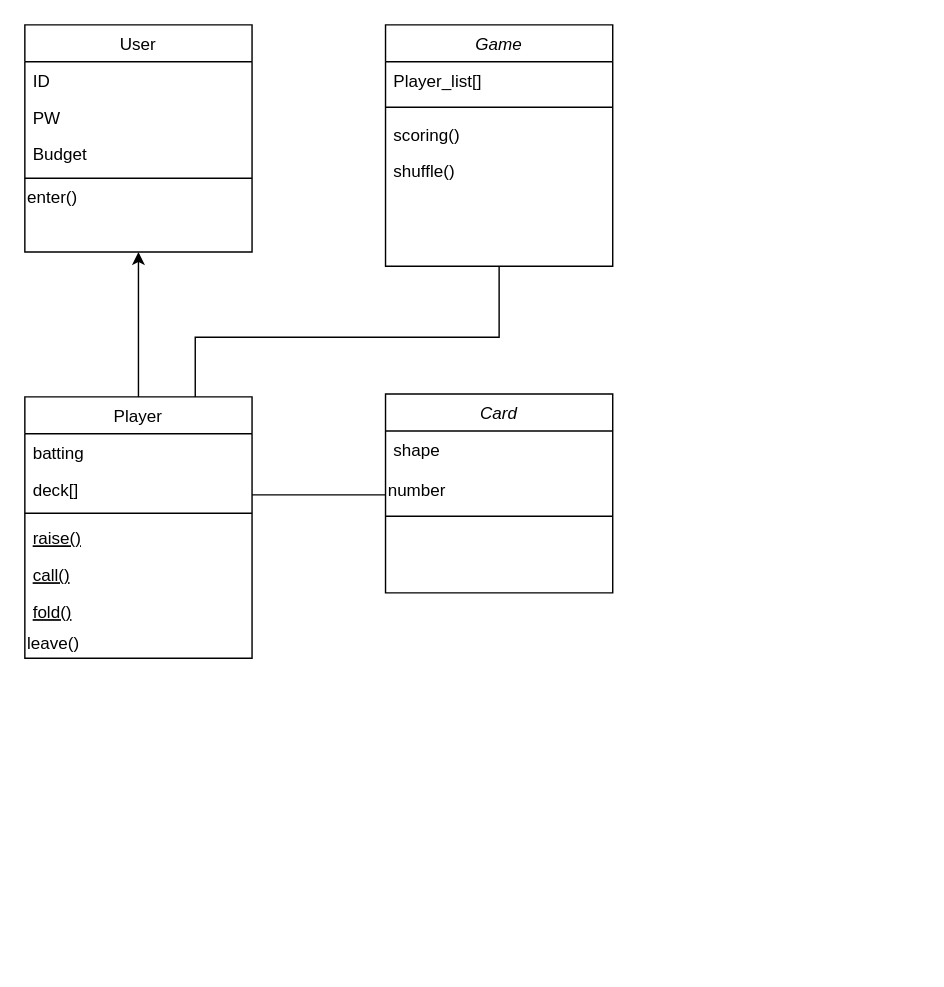
Earlier version of the draw.io diagram class diagram_r.drawio (seonmin8284/Poker). Source tidied: cells renumbered, new cells numbered last; positions are measured from the earlier drawing's top-left corner, leaving out a move shared by most shapes. Both pictures are drawn from the tidied source at 142%, with x=0, y=0 at pixel (24, 24).
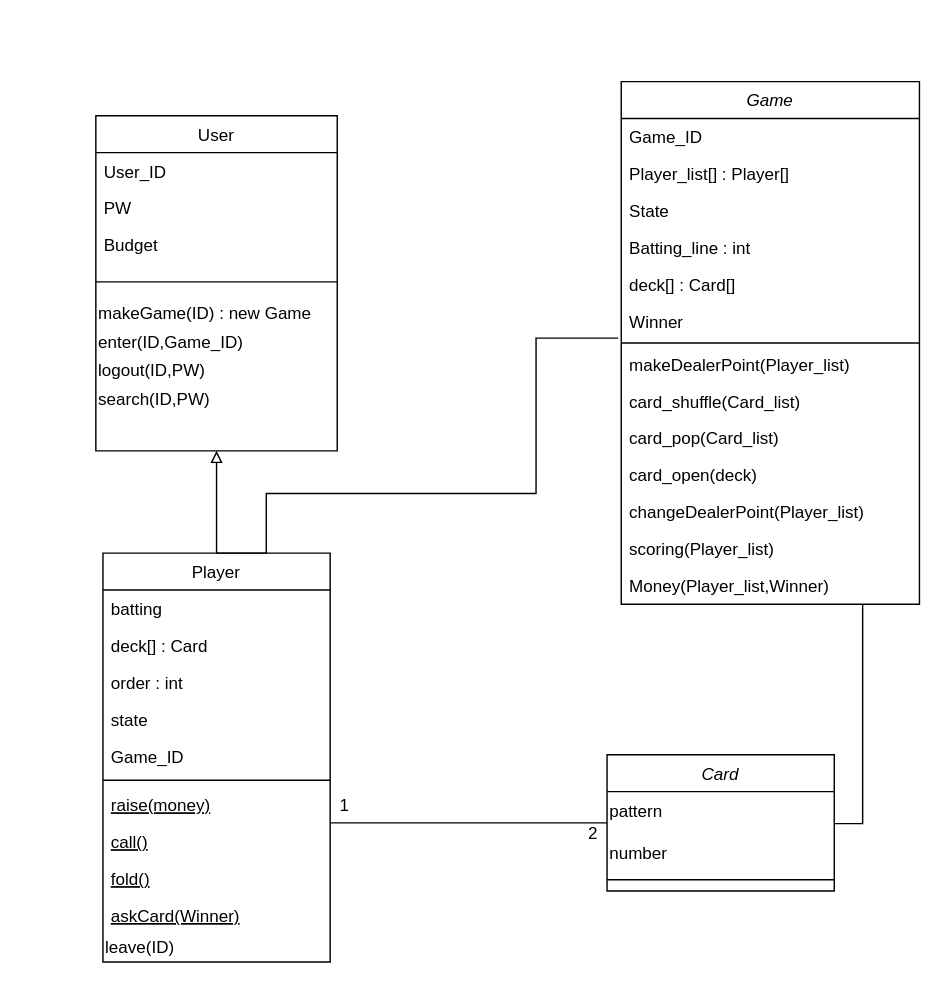
Above is the later version.

The edit, as a diff of the source:
```diff
@@
     <mxCell id="2" value="Card" style="swimlane;fontStyle=2;align=center;verticalAlign=top;horizontal=1;startSize=26;rounded=0;shadow=0;strokeWidth=1;" parent="1" vertex="1">
-      <mxGeometry x="254" y="260" width="160" height="140" as="geometry" />
+      <mxGeometry x="410" y="514" width="160" height="96" as="geometry" />
     </mxCell>
-    <mxCell id="3" value="shape &#10;" style="text;align=left;verticalAlign=top;spacingLeft=4;spacingRight=4;overflow=hidden;rounded=0;shadow=0;html=0;" parent="2" vertex="1">
-      <mxGeometry y="26" width="160" height="28" as="geometry" />
-    </mxCell>
-    <mxCell id="4" value="&lt;font face=&quot;helvetica&quot;&gt;number&lt;/font&gt;" style="text;whiteSpace=wrap;html=1;" parent="2" vertex="1">
-      <mxGeometry y="54" width="160" height="30" as="geometry" />
+    <mxCell id="4" value="&lt;font face=&quot;helvetica&quot;&gt;pattern&amp;nbsp;&lt;/font&gt;" style="text;whiteSpace=wrap;html=1;" parent="2" vertex="1">
+      <mxGeometry y="26" width="160" height="30" as="geometry" />
     </mxCell>
+    <mxCell id="28" value="&lt;font face=&quot;helvetica&quot;&gt;number&amp;nbsp;&lt;/font&gt;" style="text;whiteSpace=wrap;html=1;" parent="2" vertex="1">
+      <mxGeometry y="56" width="160" height="30" as="geometry" />
+    </mxCell>
     <mxCell id="5" style="line;html=1;strokeWidth=1;align=left;verticalAlign=middle;spacingTop=-1;spacingLeft=3;spacingRight=3;labelPosition=right;" parent="2" vertex="1">
-      <mxGeometry y="84" width="160" height="4" as="geometry" />
+      <mxGeometry y="86" width="160" height="4" as="geometry" />
     </mxCell>
-    <mxCell id="6" style="edgeStyle=orthogonalEdgeStyle;rounded=0;jettySize=auto;html=1;exitX=0.5;exitY=0;exitDx=0;exitDy=0;entryX=0.5;entryY=1;entryDx=0;entryDy=0;" parent="1" edge="1" source="7" target="22">
-      <mxGeometry relative="1" as="geometry" />
-    </mxCell>
     <mxCell id="7" value="Player" style="swimlane;fontStyle=0;align=center;verticalAlign=top;horizontal=1;startSize=26;rounded=0;shadow=0;strokeWidth=1;" parent="1" vertex="1">
-      <mxGeometry y="262" width="160" height="184" as="geometry" />
+      <mxGeometry x="55" y="372" width="160" height="288" as="geometry" />
     </mxCell>
-    <mxCell id="8" value="batting" style="text;align=left;verticalAlign=top;spacingLeft=4;spacingRight=4;overflow=hidden;" parent="7" vertex="1">
+    <mxCell id="8" value="batting " style="text;align=left;verticalAlign=top;spacingLeft=4;spacingRight=4;overflow=hidden;" parent="7" vertex="1">
       <mxGeometry y="26" width="160" height="26" as="geometry" />
     </mxCell>
-    <mxCell id="9" value="deck[]" style="text;align=left;verticalAlign=top;spacingLeft=4;spacingRight=4;overflow=hidden;" parent="7" vertex="1">
+    <mxCell id="9" value="deck[] : Card" style="text;align=left;verticalAlign=top;spacingLeft=4;spacingRight=4;overflow=hidden;" parent="7" vertex="1">
       <mxGeometry y="52" width="160" height="26" as="geometry" />
     </mxCell>
+    <mxCell id="29" value="order : int" style="text;align=left;verticalAlign=top;spacingLeft=4;spacingRight=4;overflow=hidden;" parent="7" vertex="1">
+      <mxGeometry y="78" width="160" height="26" as="geometry" />
+    </mxCell>
+    <mxCell id="30" value="state" style="text;align=left;verticalAlign=top;spacingLeft=4;spacingRight=4;overflow=hidden;" parent="7" vertex="1">
+      <mxGeometry y="104" width="160" height="26" as="geometry" />
+    </mxCell>
+    <mxCell id="31" value="Game_ID" style="text;align=left;verticalAlign=top;spacingLeft=4;spacingRight=4;overflow=hidden;" parent="7" vertex="1">
+      <mxGeometry y="130" width="160" height="26" as="geometry" />
+    </mxCell>
     <mxCell id="10" style="line;html=1;strokeWidth=1;align=left;verticalAlign=middle;spacingTop=-1;spacingLeft=3;spacingRight=3;labelPosition=right;" parent="7" vertex="1">
-      <mxGeometry y="78" width="160" height="8" as="geometry" />
+      <mxGeometry y="156" width="160" height="8" as="geometry" />
     </mxCell>
-    <mxCell id="11" value="raise()" style="text;align=left;verticalAlign=top;spacingLeft=4;spacingRight=4;overflow=hidden;fontStyle=4;" parent="7" vertex="1">
-      <mxGeometry y="86" width="160" height="26" as="geometry" />
+    <mxCell id="11" value="raise(money)" style="text;align=left;verticalAlign=top;spacingLeft=4;spacingRight=4;overflow=hidden;fontStyle=4;" parent="7" vertex="1">
+      <mxGeometry y="164" width="160" height="26" as="geometry" />
     </mxCell>
     <mxCell id="12" value="call()" style="text;align=left;verticalAlign=top;spacingLeft=4;spacingRight=4;overflow=hidden;fontStyle=4;" parent="7" vertex="1">
-      <mxGeometry y="112" width="160" height="26" as="geometry" />
+      <mxGeometry y="190" width="160" height="26" as="geometry" />
     </mxCell>
     <mxCell id="13" value="fold()" style="text;align=left;verticalAlign=top;spacingLeft=4;spacingRight=4;overflow=hidden;fontStyle=4;" parent="7" vertex="1">
-      <mxGeometry y="138" width="160" height="26" as="geometry" />
+      <mxGeometry y="216" width="160" height="26" as="geometry" />
     </mxCell>
+    <mxCell id="32" value="askCard(Winner)" style="text;align=left;verticalAlign=top;spacingLeft=4;spacingRight=4;overflow=hidden;fontStyle=4;" parent="7" vertex="1">
+      <mxGeometry y="242" width="160" height="26" as="geometry" />
+    </mxCell>
-    <mxCell id="14" value="leave()" style="text;html=1;align=left;verticalAlign=middle;strokeColor=none;fillColor=none;" parent="7" vertex="1">
-      <mxGeometry y="164" width="160" height="20" as="geometry" />
+    <mxCell id="14" value="leave(ID)" style="text;html=1;align=left;verticalAlign=middle;strokeColor=none;fillColor=none;" parent="7" vertex="1">
+      <mxGeometry y="268" width="160" height="20" as="geometry" />
     </mxCell>
@@
-    <mxCell id="16" style="edgeStyle=orthogonalEdgeStyle;rounded=0;jettySize=auto;html=1;entryX=0.75;entryY=0;entryDx=0;entryDy=0;endArrow=none;endFill=0;" parent="1" edge="1" source="17" target="7">
+    <mxCell id="16" style="edgeStyle=orthogonalEdgeStyle;rounded=0;jettySize=auto;html=1;endArrow=none;endFill=0;exitX=-0.01;exitY=0.946;exitDx=0;exitDy=0;exitPerimeter=0;" parent="1" edge="1" source="38">
       <mxGeometry relative="1" as="geometry">
+        <mxPoint x="135" y="372" as="targetPoint" />
         <Array as="points">
-          <mxPoint x="334" y="220" />
-          <mxPoint x="120" y="220" />
+          <mxPoint x="360" y="221" />
+          <mxPoint x="360" y="330" />
+          <mxPoint x="170" y="330" />
+          <mxPoint x="170" y="372" />
         </Array>
       </mxGeometry>
     </mxCell>
+    <mxCell id="33" style="edgeStyle=orthogonalEdgeStyle;rounded=0;jettySize=auto;html=1;entryX=1;entryY=0.75;entryDx=0;entryDy=0;endArrow=none;endFill=0;" parent="1" edge="1" source="17" target="4">
+      <mxGeometry relative="1" as="geometry">
+        <Array as="points">
+          <mxPoint x="590" y="563" />
+        </Array>
+      </mxGeometry>
+    </mxCell>
     <mxCell id="17" value="Game" style="swimlane;fontStyle=2;align=center;verticalAlign=top;horizontal=1;startSize=26;rounded=0;shadow=0;strokeWidth=1;" parent="1" vertex="1">
-      <mxGeometry x="254" width="160" height="170" as="geometry" />
+      <mxGeometry x="420" y="40" width="210" height="368" as="geometry" />
     </mxCell>
+    <mxCell id="34" value="Game_ID" style="text;align=left;verticalAlign=top;spacingLeft=4;spacingRight=4;overflow=hidden;" parent="17" vertex="1">
+      <mxGeometry y="26" width="210" height="26" as="geometry" />
+    </mxCell>
-    <mxCell id="18" value="Player_list[]" style="text;align=left;verticalAlign=top;spacingLeft=4;spacingRight=4;overflow=hidden;" parent="17" vertex="1">
-      <mxGeometry y="26" width="160" height="26" as="geometry" />
+    <mxCell id="18" value="Player_list[] : Player[]" style="text;align=left;verticalAlign=top;spacingLeft=4;spacingRight=4;overflow=hidden;" parent="17" vertex="1">
+      <mxGeometry y="52" width="210" height="26" as="geometry" />
     </mxCell>
+    <mxCell id="35" value="State" style="text;align=left;verticalAlign=top;spacingLeft=4;spacingRight=4;overflow=hidden;" parent="17" vertex="1">
+      <mxGeometry y="78" width="210" height="26" as="geometry" />
+    </mxCell>
+    <mxCell id="36" value="Batting_line : int" style="text;align=left;verticalAlign=top;spacingLeft=4;spacingRight=4;overflow=hidden;" parent="17" vertex="1">
+      <mxGeometry y="104" width="210" height="26" as="geometry" />
+    </mxCell>
+    <mxCell id="37" value="deck[] : Card[]" style="text;align=left;verticalAlign=top;spacingLeft=4;spacingRight=4;overflow=hidden;" parent="17" vertex="1">
+      <mxGeometry y="130" width="210" height="26" as="geometry" />
+    </mxCell>
+    <mxCell id="38" value="Winner" style="text;align=left;verticalAlign=top;spacingLeft=4;spacingRight=4;overflow=hidden;points=[[0,0.5],[1,0.5]];portConstraint=eastwest;" parent="17" vertex="1">
+      <mxGeometry y="156" width="210" height="26" as="geometry" />
+    </mxCell>
     <mxCell id="19" style="line;html=1;strokeWidth=1;align=left;verticalAlign=middle;spacingTop=-1;spacingLeft=3;spacingRight=3;labelPosition=right;" parent="17" vertex="1">
-      <mxGeometry y="52" width="160" height="12" as="geometry" />
+      <mxGeometry y="182" width="210" height="4" as="geometry" />
     </mxCell>
-    <mxCell id="20" value="scoring()" style="text;align=left;verticalAlign=top;spacingLeft=4;spacingRight=4;overflow=hidden;" parent="17" vertex="1">
-      <mxGeometry y="64" width="160" height="26" as="geometry" />
-    </mxCell>
-    <mxCell id="21" value="shuffle()" style="text;align=left;verticalAlign=top;spacingLeft=4;spacingRight=4;overflow=hidden;" parent="17" vertex="1">
-      <mxGeometry y="90" width="160" height="26" as="geometry" />
-    </mxCell>
+    <mxCell id="39" value="makeDealerPoint(Player_list)" style="text;align=left;verticalAlign=top;spacingLeft=4;spacingRight=4;overflow=hidden;" parent="17" vertex="1">
+      <mxGeometry y="186" width="210" height="26" as="geometry" />
+    </mxCell>
+    <mxCell id="40" value="card_shuffle(Card_list)" style="text;align=left;verticalAlign=top;spacingLeft=4;spacingRight=4;overflow=hidden;" parent="17" vertex="1">
+      <mxGeometry y="212" width="210" height="26" as="geometry" />
+    </mxCell>
+    <mxCell id="41" value="card_pop(Card_list)" style="text;align=left;verticalAlign=top;spacingLeft=4;spacingRight=4;overflow=hidden;" parent="17" vertex="1">
+      <mxGeometry y="238" width="210" height="26" as="geometry" />
+    </mxCell>
+    <mxCell id="42" value="card_open(deck)" style="text;align=left;verticalAlign=top;spacingLeft=4;spacingRight=4;overflow=hidden;" parent="17" vertex="1">
+      <mxGeometry y="264" width="210" height="26" as="geometry" />
+    </mxCell>
+    <mxCell id="43" value="changeDealerPoint(Player_list)" style="text;align=left;verticalAlign=top;spacingLeft=4;spacingRight=4;overflow=hidden;" parent="17" vertex="1">
+      <mxGeometry y="290" width="210" height="26" as="geometry" />
+    </mxCell>
+    <mxCell id="44" value="scoring(Player_list)" style="text;align=left;verticalAlign=top;spacingLeft=4;spacingRight=4;overflow=hidden;" parent="17" vertex="1">
+      <mxGeometry y="316" width="210" height="26" as="geometry" />
+    </mxCell>
+    <mxCell id="45" value="Money(Player_list,Winner)" style="text;align=left;verticalAlign=top;spacingLeft=4;spacingRight=4;overflow=hidden;" parent="17" vertex="1">
+      <mxGeometry y="342" width="210" height="26" as="geometry" />
+    </mxCell>
+    <mxCell id="6" style="edgeStyle=orthogonalEdgeStyle;rounded=0;jettySize=auto;html=1;endArrow=block;endFill=0;exitX=0.5;exitY=0;exitDx=0;exitDy=0;" parent="1" edge="1" source="7" target="22">
+      <mxGeometry relative="1" as="geometry" />
+    </mxCell>
+    <mxCell id="46" value="2" style="text;html=1;align=center;verticalAlign=middle;strokeColor=none;fillColor=none;rotation=0;" parent="1" vertex="1">
+      <mxGeometry x="390" y="560" width="20" height="20" as="geometry" />
+    </mxCell>
+    <mxCell id="47" value="1" style="text;html=1;align=center;verticalAlign=middle;strokeColor=none;fillColor=none;" parent="1" vertex="1">
+      <mxGeometry x="215" y="540" width="20" height="20" as="geometry" />
+    </mxCell>
     <mxCell id="22" value="User" style="swimlane;fontStyle=0;align=center;verticalAlign=top;horizontal=1;startSize=26;rounded=0;shadow=0;strokeWidth=1;" parent="1" vertex="1">
-      <mxGeometry width="160" height="160" as="geometry" />
+      <mxGeometry x="50" y="64" width="170" height="236" as="geometry" />
     </mxCell>
-    <mxCell id="23" value="ID &#10;" style="text;align=left;verticalAlign=top;spacingLeft=4;spacingRight=4;overflow=hidden;" parent="22" vertex="1">
-      <mxGeometry y="26" width="160" height="26" as="geometry" />
+    <mxCell id="23" value="User_ID &#10;" style="text;align=left;verticalAlign=top;spacingLeft=4;spacingRight=4;overflow=hidden;" parent="22" vertex="1">
+      <mxGeometry y="26" width="170" height="26" as="geometry" />
     </mxCell>
     <mxCell id="24" value="PW" style="text;align=left;verticalAlign=top;spacingLeft=4;spacingRight=4;overflow=hidden;" parent="22" vertex="1">
-      <mxGeometry y="52" width="160" height="26" as="geometry" />
+      <mxGeometry y="52" width="170" height="26" as="geometry" />
     </mxCell>
     <mxCell id="25" value="Budget" style="text;align=left;verticalAlign=top;spacingLeft=4;spacingRight=4;overflow=hidden;" parent="22" vertex="1">
-      <mxGeometry y="78" width="160" height="26" as="geometry" />
+      <mxGeometry y="78" width="170" height="26" as="geometry" />
     </mxCell>
-    <mxCell id="26" style="line;html=1;strokeWidth=1;align=left;verticalAlign=middle;spacingTop=-1;spacingLeft=3;spacingRight=3;labelPosition=right;" parent="22" vertex="1">
-      <mxGeometry y="104" width="160" height="8" as="geometry" />
-    </mxCell>
+    <mxCell id="48" style="line;html=1;strokeWidth=1;align=left;verticalAlign=middle;spacingTop=-1;spacingLeft=3;spacingRight=3;labelPosition=right;" parent="22" vertex="1">
+      <mxGeometry y="104" width="170" height="26" as="geometry" />
+    </mxCell>
+    <mxCell id="49" value="makeGame(ID) : new Game&amp;nbsp;" style="text;html=1;align=left;verticalAlign=middle;strokeColor=none;fillColor=none;" parent="22" vertex="1">
+      <mxGeometry y="130" width="170" height="20" as="geometry" />
+    </mxCell>
-    <mxCell id="27" value="enter()" style="text;html=1;align=left;verticalAlign=middle;strokeColor=none;fillColor=none;" parent="22" vertex="1">
-      <mxGeometry y="112" width="160" height="20" as="geometry" />
+    <mxCell id="27" value="enter(ID,Game_ID)&amp;nbsp;" style="text;html=1;align=left;verticalAlign=middle;strokeColor=none;fillColor=none;" parent="22" vertex="1">
+      <mxGeometry y="150" width="170" height="20" as="geometry" />
     </mxCell>
+    <mxCell id="50" value="logout(ID,PW)" style="text;html=1;align=left;verticalAlign=middle;strokeColor=none;fillColor=none;" parent="22" vertex="1">
+      <mxGeometry y="170" width="170" height="20" as="geometry" />
+    </mxCell>
+    <mxCell id="51" value="search(ID,PW)" style="text;html=1;align=left;verticalAlign=middle;strokeColor=none;fillColor=none;" parent="22" vertex="1">
+      <mxGeometry y="190" width="170" height="20" as="geometry" />
+    </mxCell>
```
